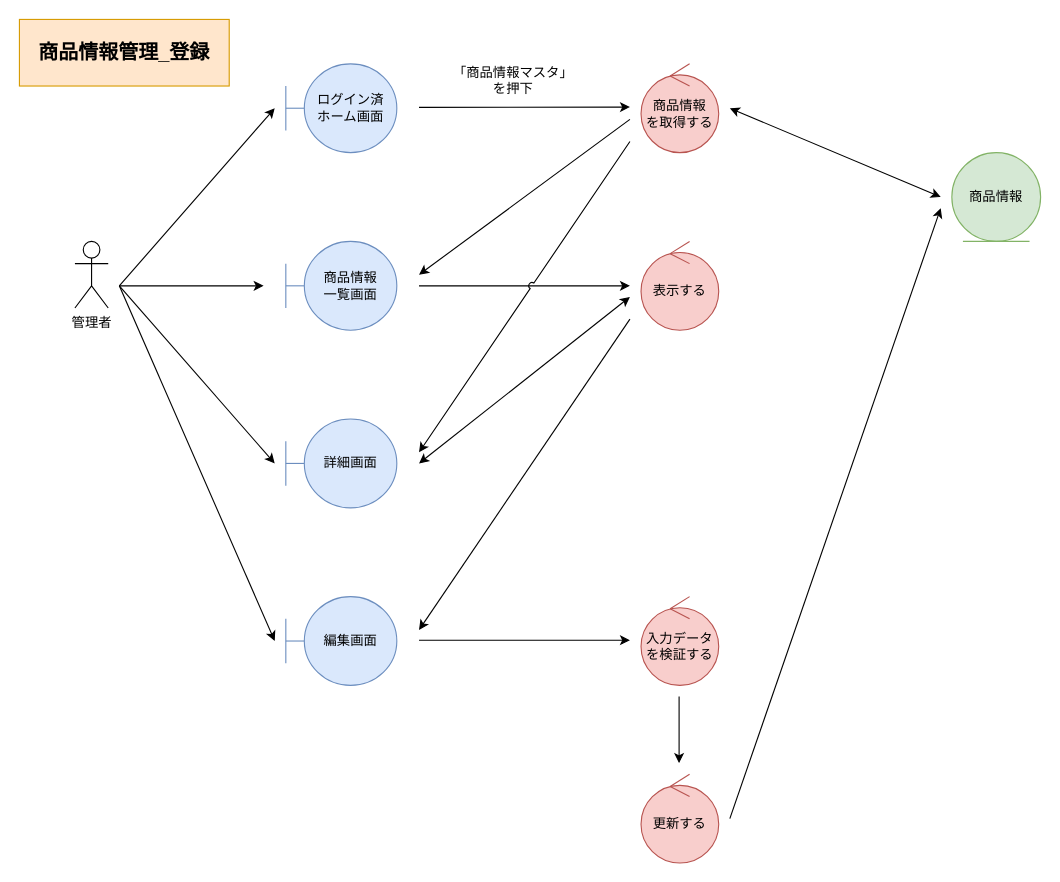
Earlier version of the draw.io diagram page "*商品情報管理_編集" (3 of 4) of 各種設計書/3ロバストネス図/マスタ管理/4.商品情報マスタ.drawio (HaruShim/Sotuken). Source tidied: cells renumbered, new cells numbered last; positions are measured from the earlier drawing's top-left corner, leaving out a move shared by most shapes. Both pictures are drawn from the tidied source at 111%, with x=0, y=0 at pixel (19, 19).
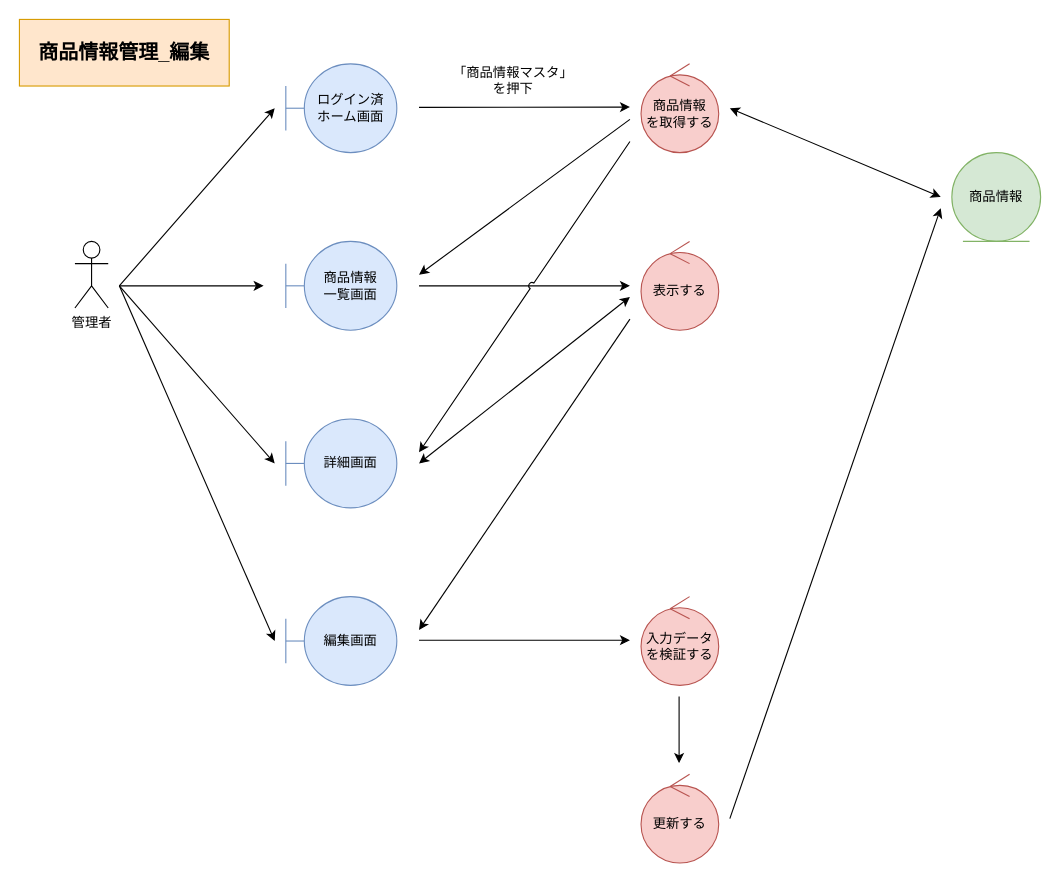
After the change.

Diff of the diagram source:
```diff
@@
-    <mxCell id="27" value="商品情報管理_登録" style="rounded=0;whiteSpace=wrap;html=1;fillColor=#ffe6cc;strokeColor=#d79b00;fontStyle=1;fontSize=18;" parent="1" vertex="1">
+    <mxCell id="27" value="商品情報管理_編集" style="rounded=0;whiteSpace=wrap;html=1;fillColor=#ffe6cc;strokeColor=#d79b00;fontStyle=1;fontSize=18;" parent="1" vertex="1">
       <mxGeometry width="189" height="60" as="geometry" />
     </mxCell>
```
